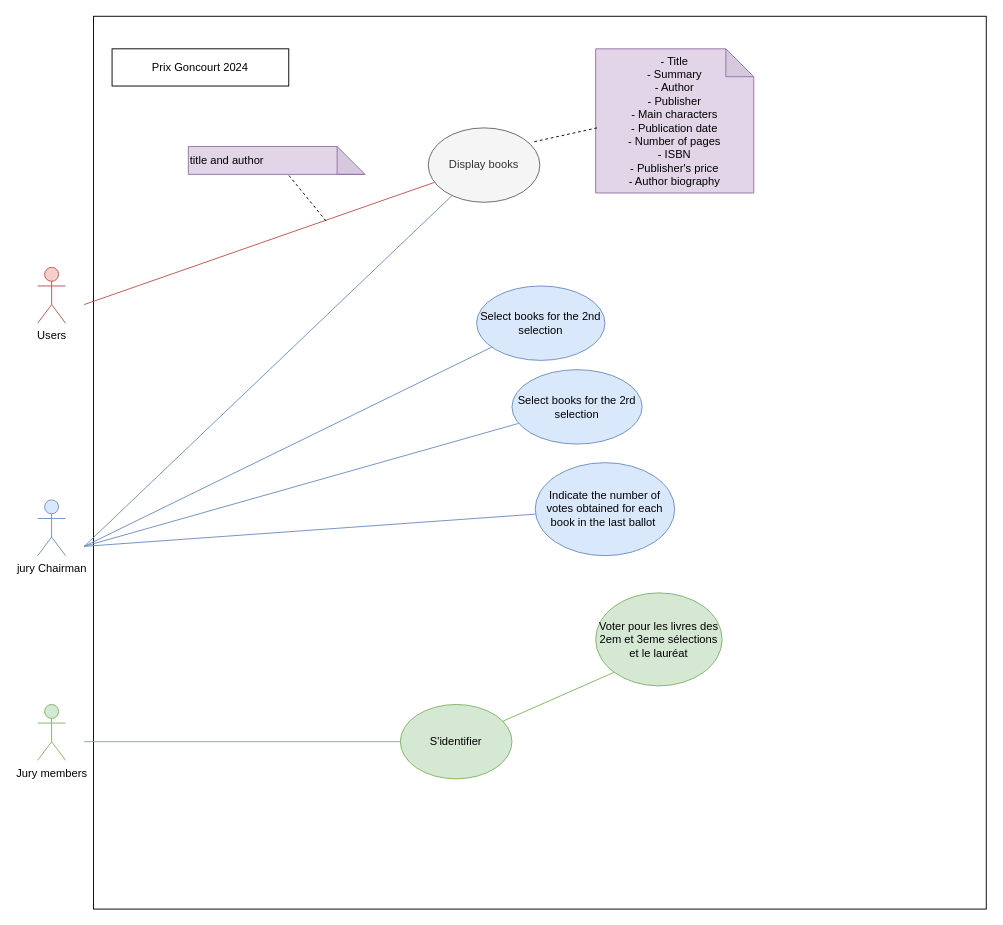
Above: doc/diagramme cas d'utilisation.drawio in johandeschamps/prix_goncourt_2024 (draw.io), before the change. Source tidied: cells renumbered, new cells numbered last; positions are measured from the earlier drawing's top-left corner, leaving out a move shared by most shapes. Both pictures are drawn from the tidied source at 93%, with x=0, y=0 at pixel (37, 16).
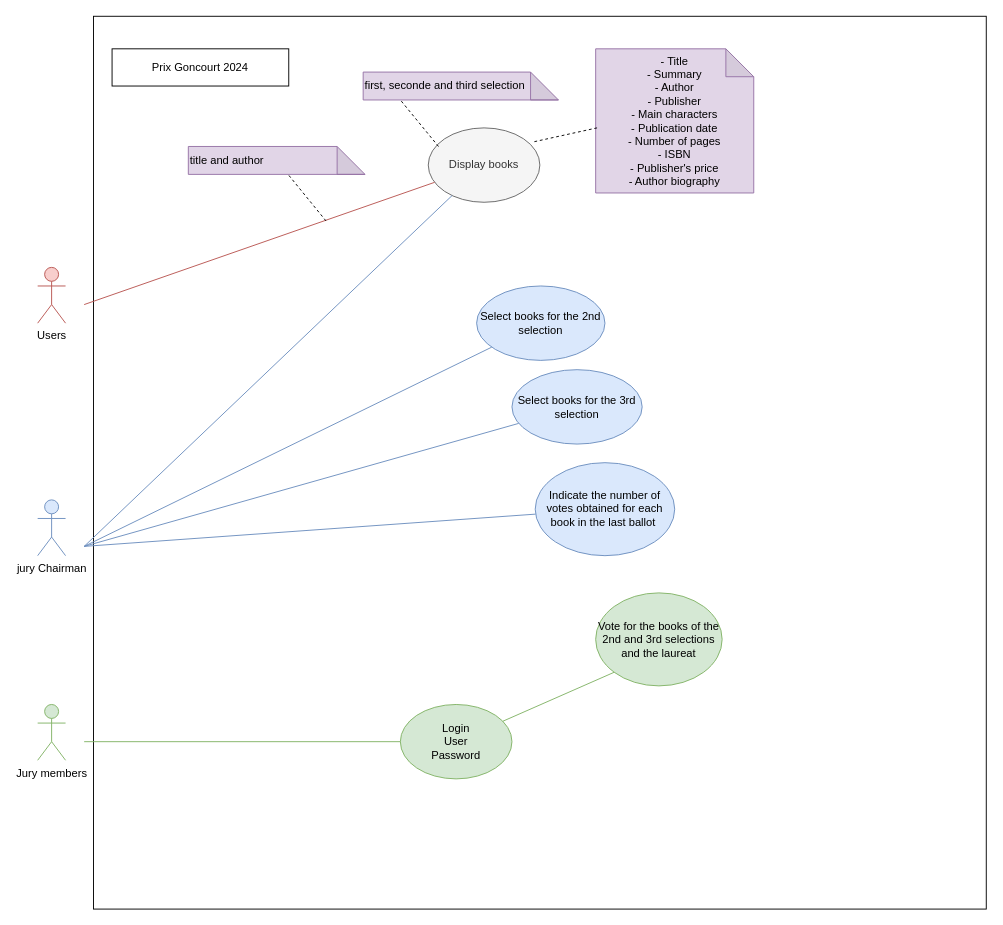
After the change.

Commit message:
Mettre à jour diagramme cas d'utilisation.drawio

Diff of the diagram source:
```diff
@@
-    <mxCell id="8" value="S'identifier" style="ellipse;whiteSpace=wrap;html=1;fillColor=#d5e8d4;strokeColor=#82b366;" parent="1" vertex="1">
+    <mxCell id="8" value="Login&lt;div&gt;User&lt;/div&gt;&lt;div&gt;Password&lt;/div&gt;" style="ellipse;whiteSpace=wrap;html=1;fillColor=#d5e8d4;strokeColor=#82b366;" parent="1" vertex="1">
       <mxGeometry x="390" y="740" width="120" height="80" as="geometry" />
     </mxCell>
@@
-    <mxCell id="11" value="Voter pour les livres des 2em et 3eme sélections et le lauréat" style="ellipse;whiteSpace=wrap;html=1;fillColor=#d5e8d4;strokeColor=#82b366;" parent="1" vertex="1">
+    <mxCell id="11" value="Vote for the books of the 2nd and 3rd selections and the laureat" style="ellipse;whiteSpace=wrap;html=1;fillColor=#d5e8d4;strokeColor=#82b366;" parent="1" vertex="1">
       <mxGeometry x="600" y="620" width="136" height="100" as="geometry" />
     </mxCell>
@@
-    <mxCell id="18" value="Select books for the 2rd selection" style="ellipse;whiteSpace=wrap;html=1;fillColor=#dae8fc;strokeColor=#6c8ebf;" parent="1" vertex="1">
+    <mxCell id="18" value="Select books for the 3rd selection" style="ellipse;whiteSpace=wrap;html=1;fillColor=#dae8fc;strokeColor=#6c8ebf;" parent="1" vertex="1">
       <mxGeometry x="510" y="380" width="140" height="80" as="geometry" />
     </mxCell>
@@
+    <mxCell id="24" value="first, seconde and third selection" style="shape=note;whiteSpace=wrap;html=1;backgroundOutline=1;darkOpacity=0.05;fillColor=#e1d5e7;strokeColor=#9673a6;align=left;" parent="1" vertex="1">
+      <mxGeometry x="350" y="60" width="210" height="30" as="geometry" />
+    </mxCell>
+    <mxCell id="25" style="endArrow=none;dashed=1;html=1;rounded=0;" parent="1" edge="1">
+      <mxGeometry relative="1" as="geometry">
+        <mxPoint x="431" y="140" as="sourcePoint" />
+        <mxPoint x="390" y="90" as="targetPoint" />
+      </mxGeometry>
+    </mxCell>
```
